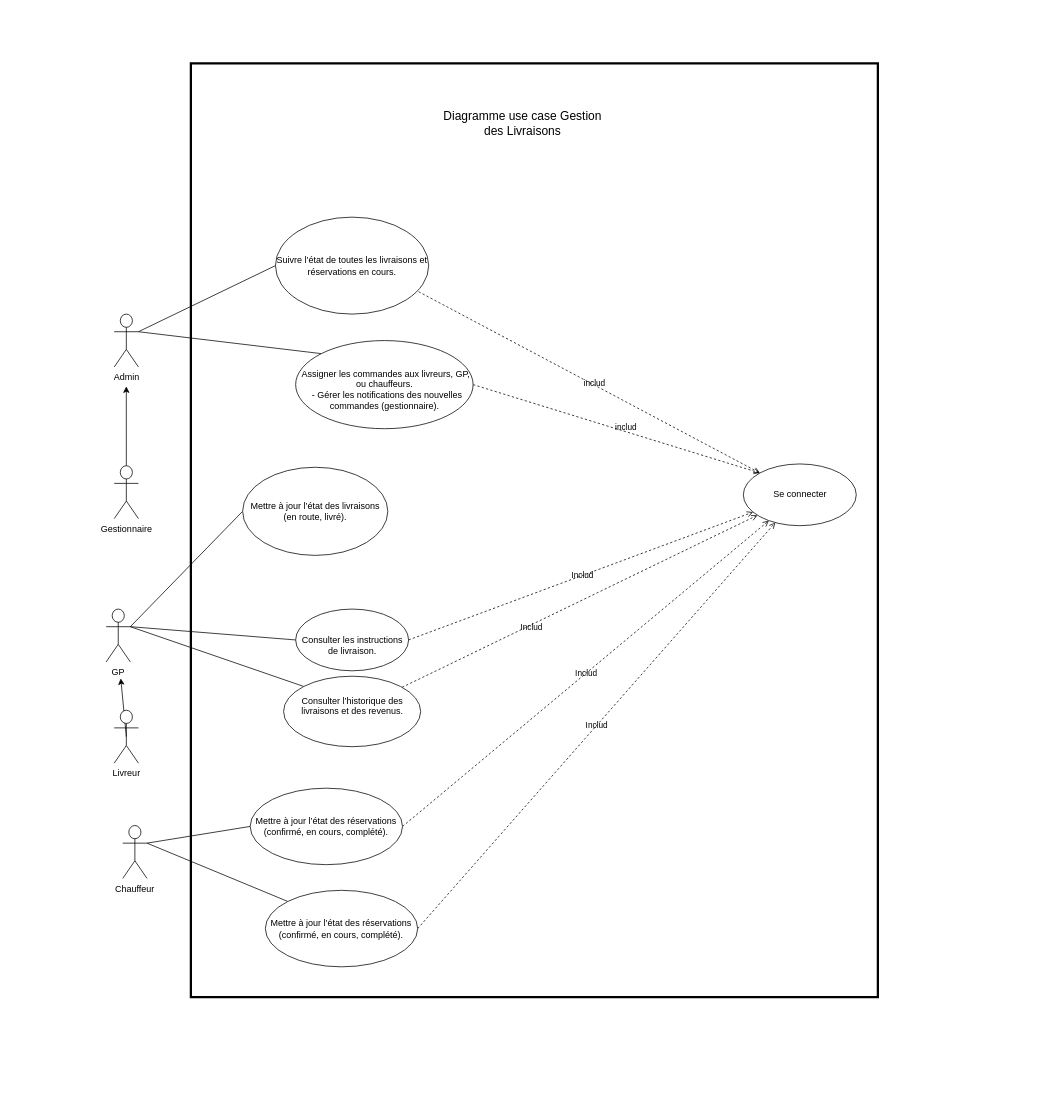
BounAbdallah/tuto keeps this draw.io diagram as page "Diagramme use case Gestion des Livraisons" (4 of 7) of Diagramme sans nom.drawio. Above is the earlier version. Source tidied: cells renumbered, new cells numbered last; positions are measured from the earlier drawing's top-left corner, leaving out a move shared by most shapes. Both pictures are drawn from the tidied source at 75%, with x=0, y=0 at pixel (13, 13).
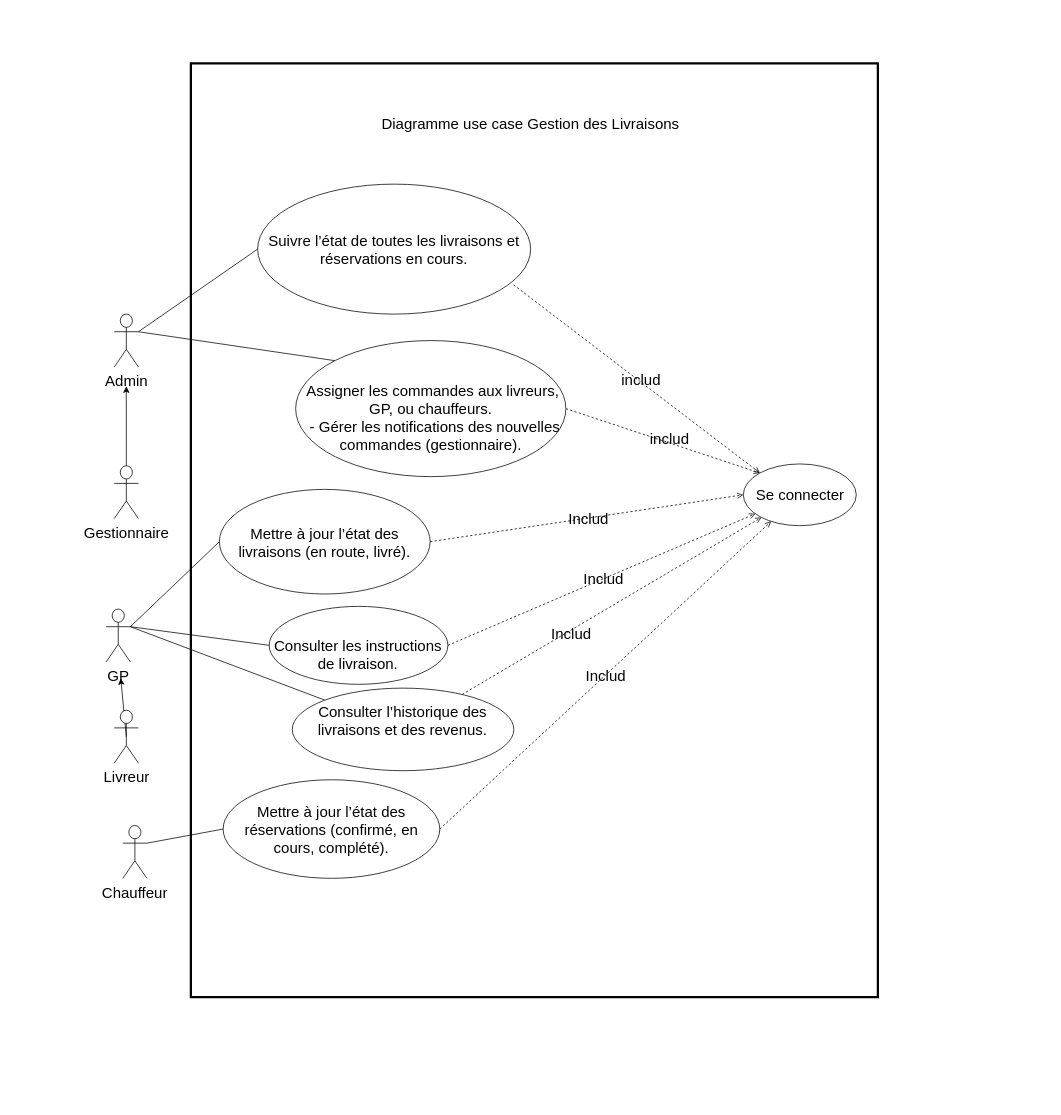
After the change.

Commit message (it also covers changes not shown here):
Mettre à jour Diagramme sans nom.drawio

Diff of the diagram source:
```diff
@@
-    <mxCell id="2" style="group;" parent="1" vertex="1">
+    <mxCell id="2" style="group;fontSize=20;" parent="1" vertex="1">
       <mxGeometry width="1380" height="1453" as="geometry" />
     </mxCell>
-    <mxCell id="3" value="Suivre l’état de toutes les livraisons et réservations en cours." style="ellipse;whiteSpace=wrap;html=1;" parent="2" vertex="1">
-      <mxGeometry x="349.8" y="272" width="204.3" height="129.3" as="geometry" />
+    <mxCell id="3" value="Suivre l’état de toutes les livraisons et réservations en cours." style="ellipse;whiteSpace=wrap;html=1;fontSize=20;" parent="2" vertex="1">
+      <mxGeometry x="326" y="228" width="364" height="173.3" as="geometry" />
     </mxCell>
-    <mxCell id="4" style="rounded=0;jettySize=auto;html=1;exitX=0;exitY=0;exitDx=0;exitDy=0;entryX=0.934;entryY=0.769;entryDx=0;entryDy=0;endArrow=none;endFill=0;dashed=1;entryPerimeter=0;startArrow=open;startFill=0;" parent="2" edge="1" source="6" target="3">
+    <mxCell id="4" style="rounded=0;jettySize=auto;html=1;exitX=0;exitY=0;exitDx=0;exitDy=0;entryX=0.934;entryY=0.769;entryDx=0;entryDy=0;endArrow=none;endFill=0;dashed=1;entryPerimeter=0;startArrow=open;startFill=0;fontSize=20;" parent="2" edge="1" source="6" target="3">
       <mxGeometry relative="1" as="geometry" />
     </mxCell>
-    <mxCell id="5" value="includ" style="edgeLabel;html=1;align=center;verticalAlign=middle;labelBackgroundColor=none;" parent="4" vertex="1">
+    <mxCell id="5" value="includ" style="edgeLabel;html=1;align=center;verticalAlign=middle;labelBackgroundColor=none;fontSize=20;" parent="4" vertex="1">
       <mxGeometry x="-0.02" y="-3" relative="1" as="geometry" />
     </mxCell>
-    <mxCell id="6" value="Se connecter" style="ellipse;whiteSpace=wrap;html=1;" parent="2" vertex="1">
+    <mxCell id="6" value="Se connecter" style="ellipse;whiteSpace=wrap;html=1;fontSize=20;" parent="2" vertex="1">
       <mxGeometry x="973.6" y="601.1" width="150.6" height="82.3" as="geometry" />
     </mxCell>
-    <mxCell id="7" style="rounded=0;jettySize=auto;html=1;exitX=0;exitY=0;exitDx=0;exitDy=0;endArrow=none;endFill=0;" parent="2" edge="1" source="10">
+    <mxCell id="7" style="rounded=0;jettySize=auto;html=1;exitX=0;exitY=0;exitDx=0;exitDy=0;endArrow=none;endFill=0;fontSize=20;" parent="2" edge="1" source="10">
       <mxGeometry relative="1" as="geometry">
         <mxPoint x="167" y="424.8" as="targetPoint" />
       </mxGeometry>
     </mxCell>
-    <mxCell id="8" style="rounded=0;jettySize=auto;html=1;exitX=1;exitY=0.5;exitDx=0;exitDy=0;entryX=0;entryY=0;entryDx=0;entryDy=0;startArrow=none;startFill=0;dashed=1;endArrow=open;endFill=0;" parent="2" edge="1" source="10" target="6">
+    <mxCell id="8" style="rounded=0;jettySize=auto;html=1;exitX=1;exitY=0.5;exitDx=0;exitDy=0;entryX=0;entryY=0;entryDx=0;entryDy=0;startArrow=none;startFill=0;dashed=1;endArrow=open;endFill=0;fontSize=20;" parent="2" edge="1" source="10" target="6">
       <mxGeometry relative="1" as="geometry" />
     </mxCell>
-    <mxCell id="9" value="includ" style="edgeLabel;html=1;align=center;verticalAlign=middle;labelBackgroundColor=none;" parent="8" vertex="1">
+    <mxCell id="9" value="includ" style="edgeLabel;html=1;align=center;verticalAlign=middle;labelBackgroundColor=none;fontSize=20;" parent="8" vertex="1">
       <mxGeometry x="0.06" y="7" relative="1" as="geometry">
         <mxPoint x="-1" as="offset" />
       </mxGeometry>
     </mxCell>
-    <mxCell id="10" value="&lt;div&gt;&lt;br&gt;&lt;/div&gt;&lt;div&gt;&lt;br&gt;&lt;/div&gt;&lt;div&gt;&lt;div&gt;&amp;nbsp;Assigner les commandes aux livreurs, GP, ou chauffeurs.&lt;/div&gt;&lt;div&gt;&amp;nbsp; - Gérer les notifications des nouvelles commandes (gestionnaire).&lt;/div&gt;&lt;/div&gt;&lt;div&gt;&lt;br&gt;&lt;/div&gt;" style="ellipse;whiteSpace=wrap;html=1;" parent="2" vertex="1">
-      <mxGeometry x="376.7" y="436.6" width="236.6" height="117.5" as="geometry" />
+    <mxCell id="10" value="&lt;div style=&quot;font-size: 20px;&quot;&gt;&lt;br style=&quot;font-size: 20px;&quot;&gt;&lt;/div&gt;&lt;div style=&quot;font-size: 20px;&quot;&gt;&lt;br style=&quot;font-size: 20px;&quot;&gt;&lt;/div&gt;&lt;div style=&quot;font-size: 20px;&quot;&gt;&lt;div style=&quot;font-size: 20px;&quot;&gt;&amp;nbsp;Assigner les commandes aux livreurs, GP, ou chauffeurs.&lt;/div&gt;&lt;div style=&quot;font-size: 20px;&quot;&gt;&amp;nbsp; - Gérer les notifications des nouvelles commandes (gestionnaire).&lt;/div&gt;&lt;/div&gt;&lt;div style=&quot;font-size: 20px;&quot;&gt;&lt;br style=&quot;font-size: 20px;&quot;&gt;&lt;/div&gt;" style="ellipse;whiteSpace=wrap;html=1;fontSize=20;" parent="2" vertex="1">
+      <mxGeometry x="376.7" y="436.6" width="360.3" height="181.4" as="geometry" />
     </mxCell>
-    <mxCell id="11" style="rounded=0;jettySize=auto;html=1;exitX=1;exitY=0.3333333333333333;exitDx=0;exitDy=0;exitPerimeter=0;entryX=0;entryY=0.5;entryDx=0;entryDy=0;endArrow=none;endFill=0;" parent="2" edge="1" source="12" target="3">
+    <mxCell id="11" style="rounded=0;jettySize=auto;html=1;exitX=1;exitY=0.3333333333333333;exitDx=0;exitDy=0;exitPerimeter=0;entryX=0;entryY=0.5;entryDx=0;entryDy=0;endArrow=none;endFill=0;fontSize=20;" parent="2" edge="1" source="12" target="3">
       <mxGeometry relative="1" as="geometry" />
     </mxCell>
-    <mxCell id="12" value="Admin" style="shape=umlActor;html=1;verticalLabelPosition=bottom;verticalAlign=top;align=center;" parent="2" vertex="1">
+    <mxCell id="12" value="Admin" style="shape=umlActor;html=1;verticalLabelPosition=bottom;verticalAlign=top;align=center;fontSize=20;" parent="2" vertex="1">
       <mxGeometry x="134.8" y="401.3" width="32.3" height="70.5" as="geometry" />
     </mxCell>
-    <mxCell id="13" value="&lt;font style=&quot;font-size: 16px;&quot;&gt;Diagramme use case&amp;nbsp;&lt;/font&gt;&lt;span style=&quot;font-size: 16px;&quot;&gt;Gestion des Livraisons&lt;/span&gt;" style="text;html=1;align=center;verticalAlign=middle;whiteSpace=wrap;rounded=0;" parent="2" vertex="1">
-      <mxGeometry x="572" y="129" width="215.1" height="35.3" as="geometry" />
+    <mxCell id="13" value="&lt;font style=&quot;font-size: 20px;&quot;&gt;Diagramme use case&amp;nbsp;&lt;/font&gt;&lt;span style=&quot;font-size: 20px;&quot;&gt;Gestion des Livraisons&lt;/span&gt;" style="text;html=1;align=center;verticalAlign=middle;whiteSpace=wrap;rounded=0;fontSize=20;" parent="2" vertex="1">
+      <mxGeometry x="479" y="129" width="422" height="35.3" as="geometry" />
     </mxCell>
-    <mxCell id="14" style="rounded=0;jettySize=auto;html=1;" parent="2" edge="1" source="15">
+    <mxCell id="14" style="rounded=0;jettySize=auto;html=1;fontSize=20;" parent="2" edge="1" source="15">
       <mxGeometry relative="1" as="geometry">
         <mxPoint x="150.9" y="497.7" as="targetPoint" />
       </mxGeometry>
     </mxCell>
-    <mxCell id="15" value="Gestionnaire" style="shape=umlActor;html=1;verticalLabelPosition=bottom;verticalAlign=top;align=center;" parent="2" vertex="1">
+    <mxCell id="15" value="Gestionnaire" style="shape=umlActor;html=1;verticalLabelPosition=bottom;verticalAlign=top;align=center;fontSize=20;" parent="2" vertex="1">
       <mxGeometry x="134.8" y="603.5" width="32.3" height="70.5" as="geometry" />
     </mxCell>
-    <mxCell id="16" style="rounded=0;jettySize=auto;html=1;exitX=1;exitY=0.3333333333333333;exitDx=0;exitDy=0;exitPerimeter=0;entryX=0;entryY=0.5;entryDx=0;entryDy=0;endArrow=none;endFill=0;" parent="2" edge="1" source="19" target="22">
+    <mxCell id="16" style="rounded=0;jettySize=auto;html=1;exitX=1;exitY=0.3333333333333333;exitDx=0;exitDy=0;exitPerimeter=0;entryX=0;entryY=0.5;entryDx=0;entryDy=0;endArrow=none;endFill=0;fontSize=20;" parent="2" edge="1" source="19" target="22">
       <mxGeometry relative="1" as="geometry" />
     </mxCell>
-    <mxCell id="17" style="rounded=0;jettySize=auto;html=1;exitX=1;exitY=0.3333333333333333;exitDx=0;exitDy=0;exitPerimeter=0;entryX=0;entryY=0.5;entryDx=0;entryDy=0;endArrow=none;endFill=0;" parent="2" edge="1" source="19" target="28">
+    <mxCell id="17" style="rounded=0;jettySize=auto;html=1;exitX=1;exitY=0.3333333333333333;exitDx=0;exitDy=0;exitPerimeter=0;entryX=0;entryY=0.5;entryDx=0;entryDy=0;endArrow=none;endFill=0;fontSize=20;" parent="2" edge="1" source="19" target="28">
       <mxGeometry relative="1" as="geometry" />
     </mxCell>
-    <mxCell id="18" style="rounded=0;jettySize=auto;html=1;exitX=1;exitY=0.3333333333333333;exitDx=0;exitDy=0;exitPerimeter=0;entryX=0;entryY=0;entryDx=0;entryDy=0;endArrow=none;endFill=0;" parent="2" edge="1" source="19" target="31">
+    <mxCell id="18" style="rounded=0;jettySize=auto;html=1;exitX=1;exitY=0.3333333333333333;exitDx=0;exitDy=0;exitPerimeter=0;entryX=0;entryY=0;entryDx=0;entryDy=0;endArrow=none;endFill=0;fontSize=20;" parent="2" edge="1" source="19" target="31">
       <mxGeometry relative="1" as="geometry" />
     </mxCell>
-    <mxCell id="19" value="GP" style="shape=umlActor;html=1;verticalLabelPosition=bottom;verticalAlign=top;align=center;" parent="2" vertex="1">
+    <mxCell id="19" value="GP" style="shape=umlActor;html=1;verticalLabelPosition=bottom;verticalAlign=top;align=center;fontSize=20;" parent="2" vertex="1">
       <mxGeometry x="124" y="794.6" width="32.3" height="70.5" as="geometry" />
     </mxCell>
-    <mxCell id="20" style="rounded=0;jettySize=auto;html=1;exitX=0.5;exitY=0.5;exitDx=0;exitDy=0;exitPerimeter=0;" parent="2" edge="1" source="21">
+    <mxCell id="20" style="rounded=0;jettySize=auto;html=1;exitX=0.5;exitY=0.5;exitDx=0;exitDy=0;exitPerimeter=0;fontSize=20;" parent="2" edge="1" source="21">
       <mxGeometry relative="1" as="geometry">
         <mxPoint x="143.5" y="887" as="targetPoint" />
       </mxGeometry>
     </mxCell>
-    <mxCell id="21" value="Livreur" style="shape=umlActor;html=1;verticalLabelPosition=bottom;verticalAlign=top;align=center;" parent="2" vertex="1">
+    <mxCell id="21" value="Livreur" style="shape=umlActor;html=1;verticalLabelPosition=bottom;verticalAlign=top;align=center;fontSize=20;" parent="2" vertex="1">
       <mxGeometry x="134.8" y="929.5" width="32.3" height="70.5" as="geometry" />
     </mxCell>
-    <mxCell id="22" value="&lt;div&gt;&lt;br&gt;&lt;/div&gt;&lt;div&gt;Mettre à jour l’état des livraisons (en route, livré).&lt;/div&gt;&lt;div&gt;&lt;br&gt;&lt;/div&gt;" style="ellipse;whiteSpace=wrap;html=1;" parent="2" vertex="1">
-      <mxGeometry x="306" y="605.5" width="193.6" height="117.5" as="geometry" />
+    <mxCell id="22" value="&lt;div style=&quot;font-size: 20px;&quot;&gt;&lt;br style=&quot;font-size: 20px;&quot;&gt;&lt;/div&gt;&lt;div style=&quot;font-size: 20px;&quot;&gt;Mettre à jour l’état des livraisons (en route, livré).&lt;/div&gt;&lt;div style=&quot;font-size: 20px;&quot;&gt;&lt;br style=&quot;font-size: 20px;&quot;&gt;&lt;/div&gt;" style="ellipse;whiteSpace=wrap;html=1;fontSize=20;" parent="2" vertex="1">
+      <mxGeometry x="275" y="635" width="281" height="139.5" as="geometry" />
     </mxCell>
-    <mxCell id="23" style="rounded=0;jettySize=auto;html=1;exitX=1;exitY=0.3333333333333333;exitDx=0;exitDy=0;exitPerimeter=0;entryX=0;entryY=0.5;entryDx=0;entryDy=0;endArrow=none;endFill=0;" parent="2" edge="1" source="25" target="34">
+    <mxCell id="23" style="rounded=0;jettySize=auto;html=1;exitX=1;exitY=0.3333333333333333;exitDx=0;exitDy=0;exitPerimeter=0;entryX=0;entryY=0.5;entryDx=0;entryDy=0;endArrow=none;endFill=0;fontSize=20;" parent="2" edge="1" source="25" target="34">
       <mxGeometry relative="1" as="geometry" />
     </mxCell>
-    <mxCell id="24" style="rounded=0;jettySize=auto;html=1;exitX=1;exitY=0.3333333333333333;exitDx=0;exitDy=0;exitPerimeter=0;entryX=0;entryY=0;entryDx=0;entryDy=0;endArrow=none;endFill=0;" parent="2" edge="1" source="25" target="37">
-      <mxGeometry relative="1" as="geometry" />
-    </mxCell>
-    <mxCell id="25" value="Chauffeur" style="shape=umlActor;html=1;verticalLabelPosition=bottom;verticalAlign=top;align=center;" parent="2" vertex="1">
+    <mxCell id="25" value="Chauffeur" style="shape=umlActor;html=1;verticalLabelPosition=bottom;verticalAlign=top;align=center;fontSize=20;" parent="2" vertex="1">
       <mxGeometry x="146.2" y="1083.2" width="32.3" height="70.5" as="geometry" />
     </mxCell>
-    <mxCell id="26" style="rounded=0;jettySize=auto;html=1;exitX=1;exitY=0.5;exitDx=0;exitDy=0;endArrow=open;endFill=0;dashed=1;" parent="2" edge="1" source="28" target="6">
+    <mxCell id="26" style="rounded=0;jettySize=auto;html=1;exitX=1;exitY=0.5;exitDx=0;exitDy=0;endArrow=open;endFill=0;dashed=1;fontSize=20;" parent="2" edge="1" source="28" target="6">
       <mxGeometry relative="1" as="geometry" />
     </mxCell>
-    <mxCell id="27" value="Includ" style="edgeLabel;html=1;align=center;verticalAlign=middle;labelBackgroundColor=none;" parent="26" vertex="1">
+    <mxCell id="27" value="Includ" style="edgeLabel;html=1;align=center;verticalAlign=middle;labelBackgroundColor=none;fontSize=20;" parent="26" vertex="1">
       <mxGeometry x="0.01" relative="1" as="geometry">
         <mxPoint y="-1" as="offset" />
       </mxGeometry>
     </mxCell>
-    <mxCell id="28" value="&lt;div&gt;&lt;br&gt;&lt;/div&gt;Consulter les instructions de livraison." style="ellipse;whiteSpace=wrap;html=1;" parent="2" vertex="1">
-      <mxGeometry x="376.7" y="794.6" width="150.6" height="82.3" as="geometry" />
+    <mxCell id="28" value="&lt;div style=&quot;font-size: 20px;&quot;&gt;&lt;br style=&quot;font-size: 20px;&quot;&gt;&lt;/div&gt;Consulter les instructions de livraison." style="ellipse;whiteSpace=wrap;html=1;fontSize=20;" parent="2" vertex="1">
+      <mxGeometry x="341.4" y="791" width="238.3" height="103.9" as="geometry" />
     </mxCell>
-    <mxCell id="29" style="rounded=0;jettySize=auto;html=1;endArrow=open;endFill=0;dashed=1;" parent="2" edge="1" source="31" target="6">
+    <mxCell id="29" style="rounded=0;jettySize=auto;html=1;endArrow=open;endFill=0;dashed=1;fontSize=20;" parent="2" edge="1" source="31" target="6">
       <mxGeometry relative="1" as="geometry" />
     </mxCell>
-    <mxCell id="30" value="Includ" style="edgeLabel;html=1;align=center;verticalAlign=middle;labelBackgroundColor=none;" parent="29" vertex="1">
+    <mxCell id="30" value="Includ" style="edgeLabel;html=1;align=center;verticalAlign=middle;labelBackgroundColor=none;fontSize=20;" parent="29" vertex="1">
       <mxGeometry x="-0.28" y="-3" relative="1" as="geometry" />
     </mxCell>
-    <mxCell id="31" value="&lt;div&gt;&lt;div&gt;Consulter l’historique des livraisons et des revenus.&lt;/div&gt;&lt;/div&gt;&lt;div&gt;&lt;br&gt;&lt;/div&gt;" style="ellipse;whiteSpace=wrap;html=1;" parent="2" vertex="1">
-      <mxGeometry x="360.6" y="884.1" width="182.8" height="94" as="geometry" />
+    <mxCell id="31" value="&lt;div style=&quot;font-size: 20px;&quot;&gt;&lt;div style=&quot;font-size: 20px;&quot;&gt;Consulter l’historique des livraisons et des revenus.&lt;/div&gt;&lt;/div&gt;&lt;div style=&quot;font-size: 20px;&quot;&gt;&lt;br style=&quot;font-size: 20px;&quot;&gt;&lt;/div&gt;" style="ellipse;whiteSpace=wrap;html=1;fontSize=20;" parent="2" vertex="1">
+      <mxGeometry x="372.2" y="900" width="295.4" height="110.1" as="geometry" />
     </mxCell>
-    <mxCell id="32" style="rounded=0;jettySize=auto;html=1;exitX=1;exitY=0.5;exitDx=0;exitDy=0;dashed=1;endArrow=open;endFill=0;" parent="2" edge="1" source="34" target="6">
+    <mxCell id="32" style="rounded=0;jettySize=auto;html=1;exitX=1;exitY=0.5;exitDx=0;exitDy=0;dashed=1;endArrow=open;endFill=0;fontSize=20;" parent="2" edge="1" source="34" target="6">
       <mxGeometry relative="1" as="geometry" />
     </mxCell>
-    <mxCell id="33" value="Includ" style="edgeLabel;html=1;align=center;verticalAlign=middle;labelBackgroundColor=none;" parent="32" vertex="1">
+    <mxCell id="33" value="Includ" style="edgeLabel;html=1;align=center;verticalAlign=middle;labelBackgroundColor=none;fontSize=20;" parent="32" vertex="1">
       <mxGeometry y="1" relative="1" as="geometry">
         <mxPoint x="1" as="offset" />
       </mxGeometry>
     </mxCell>
-    <mxCell id="34" value="&lt;div&gt;&lt;div&gt;&lt;div&gt;&lt;br&gt;&lt;/div&gt;&lt;div&gt;Mettre à jour l’état des réservations (confirmé, en cours, complété).&lt;/div&gt;&lt;/div&gt;&lt;/div&gt;&lt;div&gt;&lt;br&gt;&lt;/div&gt;" style="ellipse;whiteSpace=wrap;html=1;" parent="2" vertex="1">
-      <mxGeometry x="316.1" y="1033.4" width="203.1" height="102" as="geometry" />
+    <mxCell id="34" value="&lt;div style=&quot;font-size: 20px;&quot;&gt;&lt;div style=&quot;font-size: 20px;&quot;&gt;&lt;div style=&quot;font-size: 20px;&quot;&gt;&lt;br style=&quot;font-size: 20px;&quot;&gt;&lt;/div&gt;&lt;div style=&quot;font-size: 20px;&quot;&gt;Mettre à jour l’état des réservations (confirmé, en cours, complété).&lt;/div&gt;&lt;/div&gt;&lt;/div&gt;&lt;div style=&quot;font-size: 20px;&quot;&gt;&lt;br style=&quot;font-size: 20px;&quot;&gt;&lt;/div&gt;" style="ellipse;whiteSpace=wrap;html=1;fontSize=20;" parent="2" vertex="1">
+      <mxGeometry x="280" y="1022.2" width="288.9" height="131.4" as="geometry" />
     </mxCell>
-    <mxCell id="35" style="rounded=0;jettySize=auto;html=1;exitX=1;exitY=0.5;exitDx=0;exitDy=0;dashed=1;endArrow=open;endFill=0;" parent="2" edge="1" source="37" target="6">
-      <mxGeometry relative="1" as="geometry" />
-    </mxCell>
-    <mxCell id="36" value="Includ" style="edgeLabel;html=1;align=center;verticalAlign=middle;labelBackgroundColor=none;" parent="35" vertex="1">
-      <mxGeometry y="1" relative="1" as="geometry" />
-    </mxCell>
-    <mxCell id="37" value="&lt;div&gt;&lt;div&gt;&lt;div&gt;&lt;br&gt;&lt;/div&gt;&lt;div&gt;Mettre à jour l’état des réservations (confirmé, en cours, complété).&lt;/div&gt;&lt;/div&gt;&lt;/div&gt;&lt;div&gt;&lt;br&gt;&lt;/div&gt;" style="ellipse;whiteSpace=wrap;html=1;" parent="2" vertex="1">
-      <mxGeometry x="336.3" y="1169.6" width="203.1" height="102" as="geometry" />
-    </mxCell>
-    <mxCell id="38" style="group;fillColor=none;strokeColor=#000000;rounded=0;gradientColor=none;strokeWidth=3;" parent="2" vertex="1">
+    <mxCell id="38" style="group;fillColor=none;strokeColor=#000000;rounded=0;gradientColor=none;strokeWidth=3;fontSize=20;" parent="2" vertex="1">
       <mxGeometry x="237" y="67" width="916" height="1245" as="geometry" />
     </mxCell>
-    <mxCell id="39" style="group;fillColor=none;strokeColor=none;" parent="2" vertex="1">
+    <mxCell id="39" style="group;fillColor=none;strokeColor=none;fontSize=20;" parent="2" vertex="1">
       <mxGeometry width="1380" height="1453" as="geometry" />
     </mxCell>
+    <mxCell id="40" style="rounded=0;jettySize=auto;html=1;exitX=1;exitY=0.5;exitDx=0;exitDy=0;endArrow=open;endFill=0;dashed=1;fontSize=20;entryX=0;entryY=0.5;entryDx=0;entryDy=0;" parent="2" edge="1" source="22" target="6">
+      <mxGeometry relative="1" as="geometry" />
+    </mxCell>
+    <mxCell id="36" value="Includ" style="edgeLabel;html=1;align=center;verticalAlign=middle;labelBackgroundColor=none;fontSize=20;" parent="40" vertex="1">
+      <mxGeometry x="0.01" relative="1" as="geometry">
+        <mxPoint y="-1" as="offset" />
+      </mxGeometry>
+    </mxCell>
```
